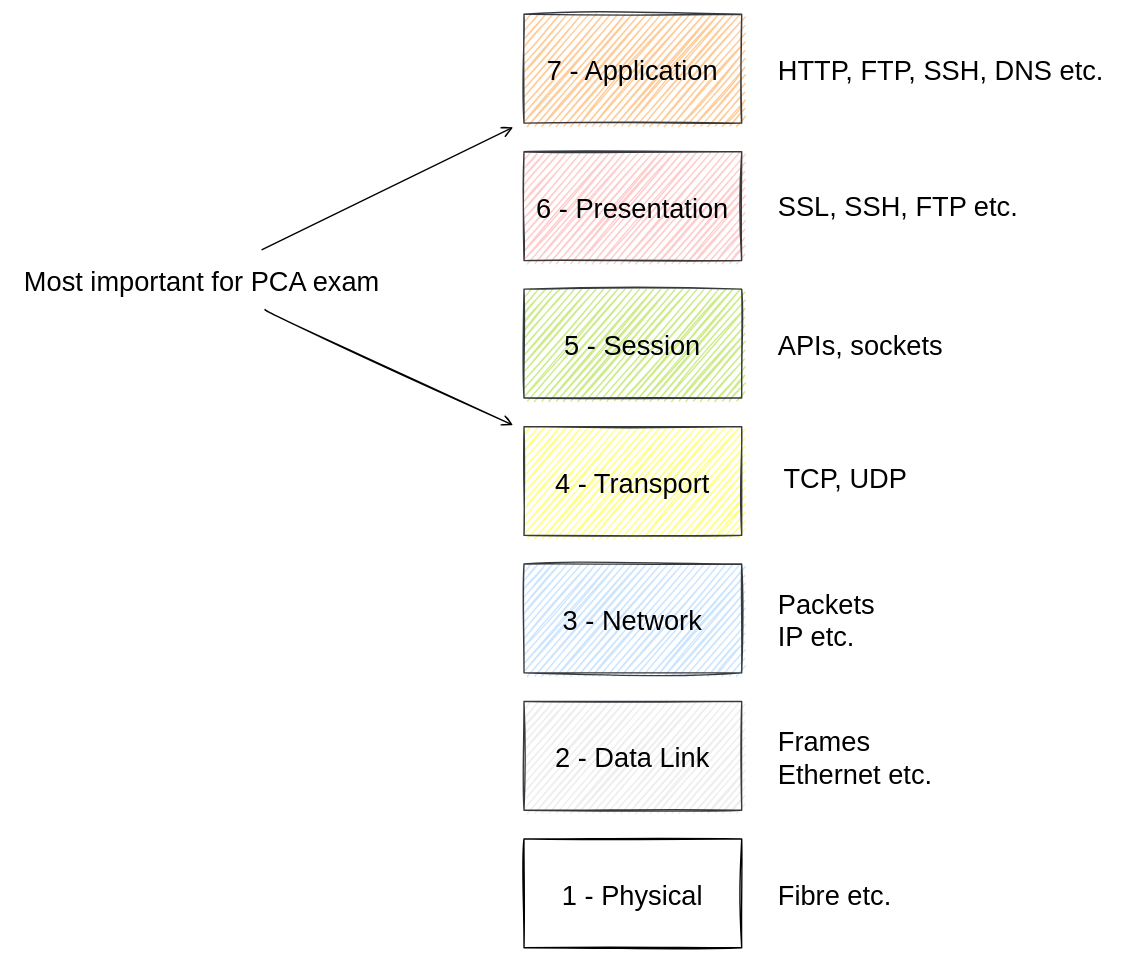
Before: content/files/osi_layers.svg, a diagram exported from draw.io (TheRealMattDunn/mattdunn.info). Source tidied: cells renumbered, new cells last; positions are measured from the earlier drawing's top-left corner, leaving out a move shared by most shapes. Its diagram source:
```xml
<mxGraphModel>
  <root>
    <mxCell id="0" />
    <mxCell id="1" parent="0" />
    <mxCell id="2" value="7 - Application" style="rounded=0;whiteSpace=wrap;html=1;fontSize=20;fillColor=#ffcc99;strokeColor=#36393d;" parent="1" vertex="1">
      <mxGeometry x="373" width="160" height="80" as="geometry" />
    </mxCell>
    <mxCell id="3" value="6 - Presentation" style="rounded=0;whiteSpace=wrap;html=1;fontSize=20;fillColor=#ffcccc;strokeColor=#36393d;" parent="1" vertex="1">
      <mxGeometry x="373" y="101" width="160" height="80" as="geometry" />
    </mxCell>
    <mxCell id="4" value="5 - Session" style="rounded=0;whiteSpace=wrap;html=1;fontSize=20;fillColor=#cdeb8b;strokeColor=#36393d;" parent="1" vertex="1">
      <mxGeometry x="373" y="202" width="160" height="80" as="geometry" />
    </mxCell>
    <mxCell id="5" value="4 - Transport" style="rounded=0;whiteSpace=wrap;html=1;fontSize=20;fillColor=#ffff88;strokeColor=#36393d;" parent="1" vertex="1">
      <mxGeometry x="373" y="303" width="160" height="80" as="geometry" />
    </mxCell>
    <mxCell id="6" value="3 - Network" style="rounded=0;whiteSpace=wrap;html=1;fontSize=20;fillColor=#cce5ff;strokeColor=#36393d;" parent="1" vertex="1">
      <mxGeometry x="373" y="404" width="160" height="80" as="geometry" />
    </mxCell>
    <mxCell id="7" value="2 - Data Link" style="rounded=0;whiteSpace=wrap;html=1;fontSize=20;fillColor=#eeeeee;strokeColor=#36393d;" parent="1" vertex="1">
      <mxGeometry x="373" y="505" width="160" height="80" as="geometry" />
    </mxCell>
    <mxCell id="8" value="1 - Physical" style="rounded=0;whiteSpace=wrap;html=1;fontSize=20;" parent="1" vertex="1">
      <mxGeometry x="373" y="606" width="160" height="80" as="geometry" />
    </mxCell>
    <mxCell id="9" value="HTTP, FTP, SSH, DNS etc." style="text;html=1;align=left;verticalAlign=middle;strokeColor=none;fontSize=20;" parent="1" vertex="1">
      <mxGeometry x="558" y="26" width="249" height="28" as="geometry" />
    </mxCell>
    <mxCell id="10" value="SSL, SSH, FTP etc." style="text;html=1;align=left;verticalAlign=middle;strokeColor=none;fontSize=20;" parent="1" vertex="1">
      <mxGeometry x="558" y="127" width="186" height="28" as="geometry" />
    </mxCell>
    <mxCell id="11" value="APIs, sockets" style="text;html=1;align=left;verticalAlign=middle;strokeColor=none;fontSize=20;" parent="1" vertex="1">
      <mxGeometry x="558" y="228" width="131" height="28" as="geometry" />
    </mxCell>
    <mxCell id="12" value="TCP, UDP" style="text;html=1;align=center;verticalAlign=middle;strokeColor=none;fontSize=20;" parent="1" vertex="1">
      <mxGeometry x="558" y="326" width="101" height="28" as="geometry" />
    </mxCell>
    <mxCell id="13" value="Packets&lt;br&gt;IP etc." style="text;html=1;align=left;verticalAlign=middle;strokeColor=none;fontSize=20;" parent="1" vertex="1">
      <mxGeometry x="558" y="418" width="81" height="52" as="geometry" />
    </mxCell>
    <mxCell id="14" value="Frames&lt;br&gt;&lt;div style=&quot;&quot;&gt;&lt;span&gt;Ethernet etc.&lt;/span&gt;&lt;/div&gt;" style="text;html=1;align=left;verticalAlign=middle;strokeColor=none;fontSize=20;" parent="1" vertex="1">
      <mxGeometry x="558" y="519" width="123" height="52" as="geometry" />
    </mxCell>
    <mxCell id="15" value="Fibre etc." style="text;html=1;align=left;verticalAlign=middle;strokeColor=none;fontSize=20;" parent="1" vertex="1">
      <mxGeometry x="558" y="632" width="93" height="28" as="geometry" />
    </mxCell>
    <mxCell id="16" value="Most important for PCA exam" style="text;html=1;align=center;verticalAlign=middle;points=[];strokeColor=none;fontSize=20;" parent="1" vertex="1">
      <mxGeometry y="181" width="271" height="28" as="geometry" />
    </mxCell>
    <mxCell id="17" style="edgeStyle=none;curved=1;rounded=0;jettySize=auto;html=1;endArrow=open;sourcePerimeterSpacing=8;targetPerimeterSpacing=8;fontSize=16;sketch=1;" parent="1" edge="1" source="16" target="2">
      <mxGeometry relative="1" as="geometry" />
    </mxCell>
    <mxCell id="18" style="edgeStyle=none;curved=1;rounded=0;jettySize=auto;html=1;endArrow=open;sourcePerimeterSpacing=8;targetPerimeterSpacing=8;fontSize=16;sketch=1;" parent="1" edge="1" source="16" target="5">
      <mxGeometry relative="1" as="geometry" />
    </mxCell>
  </root>
</mxGraphModel>
```
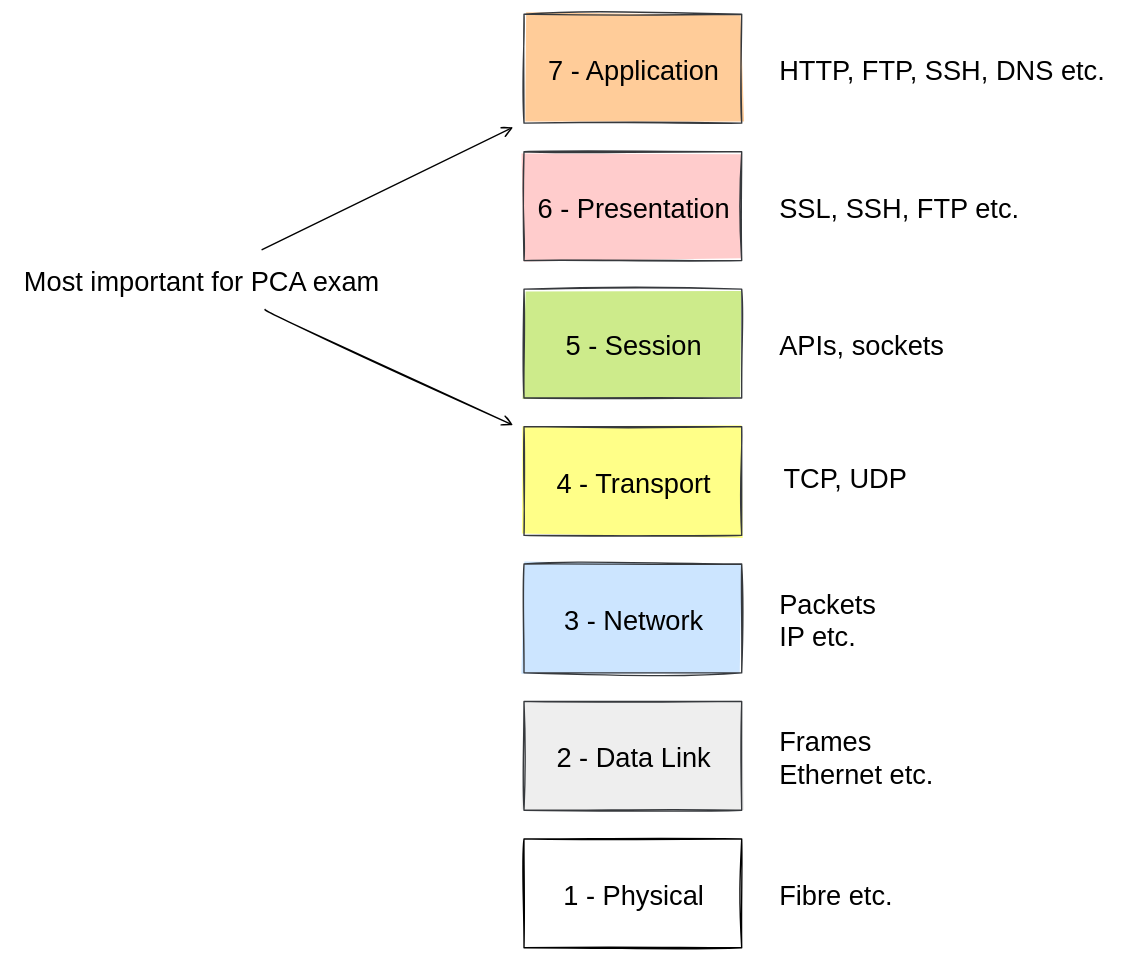
After the change.

What changed in the source:
```diff
@@ -2,25 +2,25 @@
   <root>
     <mxCell id="0" />
     <mxCell id="1" parent="0" />
-    <mxCell id="2" value="7 - Application" style="rounded=0;whiteSpace=wrap;html=1;fontSize=20;fillColor=#ffcc99;strokeColor=#36393d;" parent="1" vertex="1">
+    <mxCell id="2" value="7 - Application" style="rounded=0;whiteSpace=wrap;html=1;fontSize=20;fillColor=#ffcc99;strokeColor=#36393d;sketch=1;fillStyle=solid;" parent="1" vertex="1">
       <mxGeometry x="373" width="160" height="80" as="geometry" />
     </mxCell>
-    <mxCell id="3" value="6 - Presentation" style="rounded=0;whiteSpace=wrap;html=1;fontSize=20;fillColor=#ffcccc;strokeColor=#36393d;" parent="1" vertex="1">
+    <mxCell id="3" value="6 - Presentation" style="rounded=0;whiteSpace=wrap;html=1;fontSize=20;fillColor=#ffcccc;strokeColor=#36393d;sketch=1;fillStyle=solid;" parent="1" vertex="1">
       <mxGeometry x="373" y="101" width="160" height="80" as="geometry" />
     </mxCell>
-    <mxCell id="4" value="5 - Session" style="rounded=0;whiteSpace=wrap;html=1;fontSize=20;fillColor=#cdeb8b;strokeColor=#36393d;" parent="1" vertex="1">
+    <mxCell id="4" value="5 - Session" style="rounded=0;whiteSpace=wrap;html=1;fontSize=20;fillColor=#cdeb8b;strokeColor=#36393d;sketch=1;fillStyle=solid;" parent="1" vertex="1">
       <mxGeometry x="373" y="202" width="160" height="80" as="geometry" />
     </mxCell>
-    <mxCell id="5" value="4 - Transport" style="rounded=0;whiteSpace=wrap;html=1;fontSize=20;fillColor=#ffff88;strokeColor=#36393d;" parent="1" vertex="1">
+    <mxCell id="5" value="4 - Transport" style="rounded=0;whiteSpace=wrap;html=1;fontSize=20;fillColor=#ffff88;strokeColor=#36393d;sketch=1;fillStyle=solid;" parent="1" vertex="1">
       <mxGeometry x="373" y="303" width="160" height="80" as="geometry" />
     </mxCell>
-    <mxCell id="6" value="3 - Network" style="rounded=0;whiteSpace=wrap;html=1;fontSize=20;fillColor=#cce5ff;strokeColor=#36393d;" parent="1" vertex="1">
+    <mxCell id="6" value="3 - Network" style="rounded=0;whiteSpace=wrap;html=1;fontSize=20;fillColor=#cce5ff;strokeColor=#36393d;sketch=1;fillStyle=solid;" parent="1" vertex="1">
       <mxGeometry x="373" y="404" width="160" height="80" as="geometry" />
     </mxCell>
-    <mxCell id="7" value="2 - Data Link" style="rounded=0;whiteSpace=wrap;html=1;fontSize=20;fillColor=#eeeeee;strokeColor=#36393d;" parent="1" vertex="1">
+    <mxCell id="7" value="2 - Data Link" style="rounded=0;whiteSpace=wrap;html=1;fontSize=20;fillColor=#eeeeee;strokeColor=#36393d;sketch=1;fillStyle=solid;" parent="1" vertex="1">
       <mxGeometry x="373" y="505" width="160" height="80" as="geometry" />
     </mxCell>
-    <mxCell id="8" value="1 - Physical" style="rounded=0;whiteSpace=wrap;html=1;fontSize=20;" parent="1" vertex="1">
+    <mxCell id="8" value="1 - Physical" style="rounded=0;whiteSpace=wrap;html=1;fontSize=20;sketch=1;fillStyle=solid;" parent="1" vertex="1">
       <mxGeometry x="373" y="606" width="160" height="80" as="geometry" />
     </mxCell>
     <mxCell id="9" value="HTTP, FTP, SSH, DNS etc." style="text;html=1;align=left;verticalAlign=middle;strokeColor=none;fontSize=20;" parent="1" vertex="1">
```
